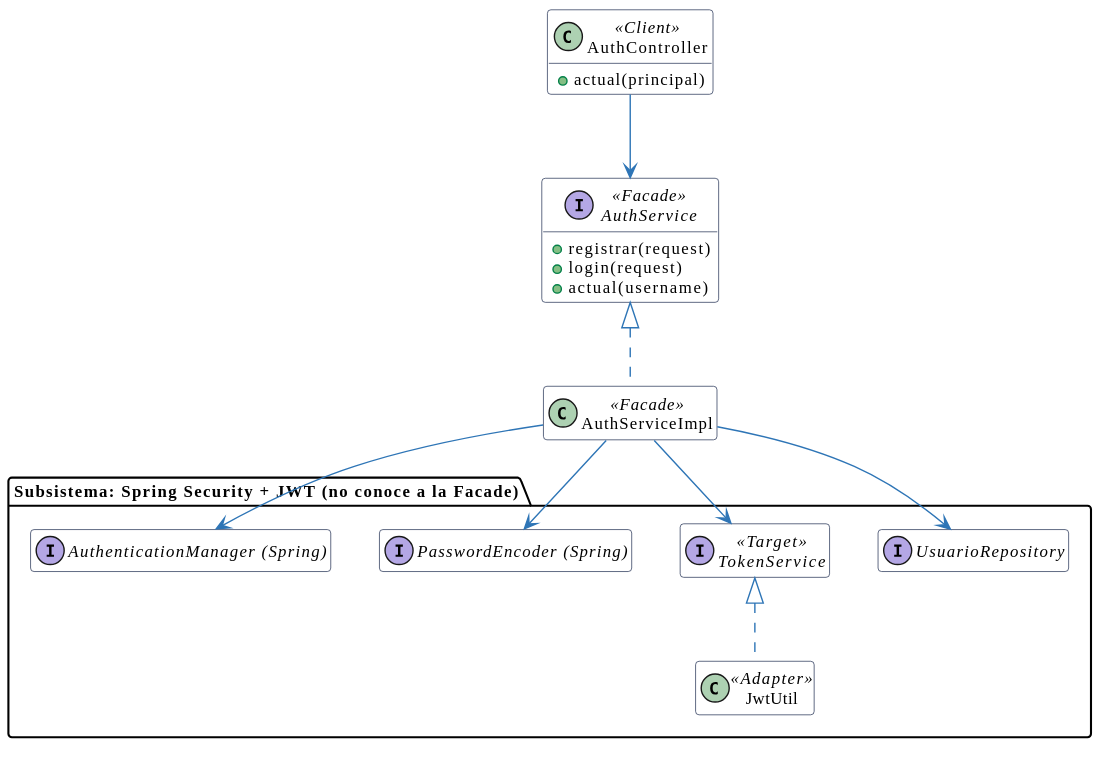
This is docs/reporte/puml/facade-despues.svg from andreiveisuade/TPO-ProcesoDesarrolloSoftware-V4, a PlantUML export, as it was before one commit. Its source is kept beside it as docs/reporte/puml/facade-despues.puml.
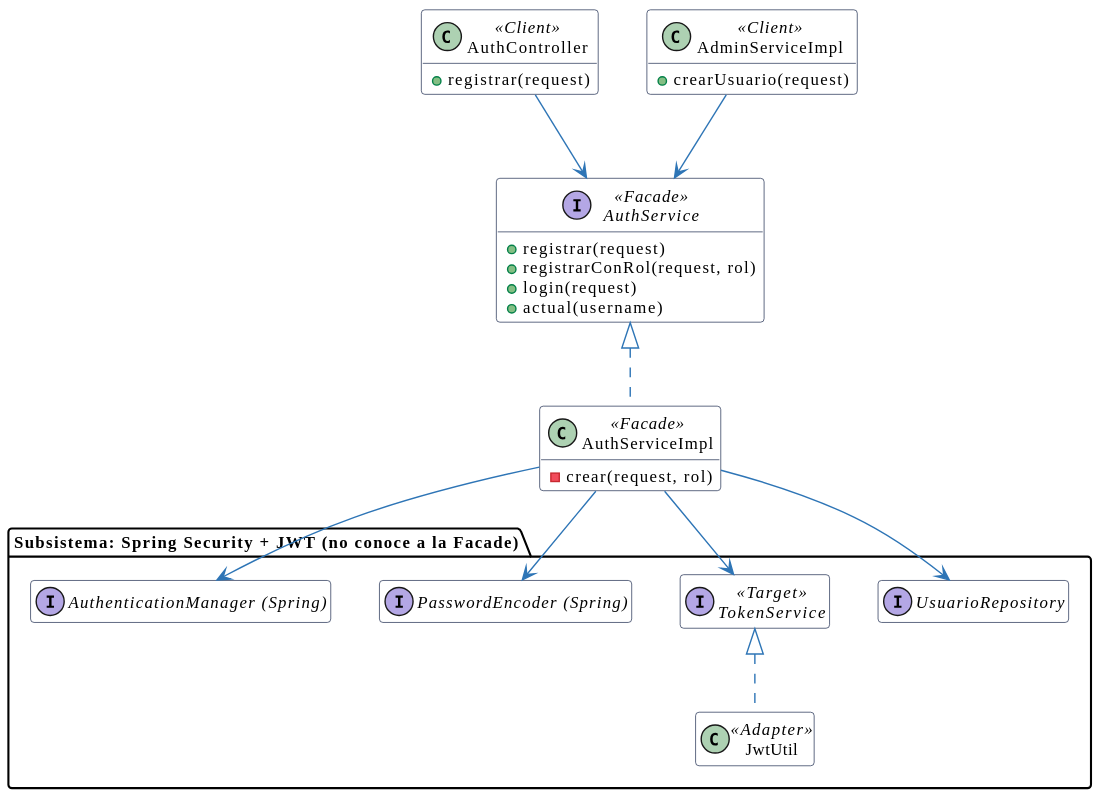
The same file after the commit.

Commit message:
Reporte V4: M13 Facade con dos clientes y M22 baja logica

Change to the diagram source:
```diff
@@ -10,14 +10,20 @@
 skinparam NoteBorderColor #B38600
 hide empty members
 class AuthController <<Client>> {
-  +actual(principal)
+  +registrar(request)
+}
+class AdminServiceImpl <<Client>> {
+  +crearUsuario(request)
 }
 interface AuthService <<Facade>> {
   +registrar(request)
+  +registrarConRol(request, rol)
   +login(request)
   +actual(username)
 }
-class AuthServiceImpl <<Facade>>
+class AuthServiceImpl <<Facade>> {
+  -crear(request, rol)
+}
 package "Subsistema: Spring Security + JWT (no conoce a la Facade)" {
   interface "AuthenticationManager (Spring)" as AM
   interface "PasswordEncoder (Spring)" as PE
@@ -26,6 +32,7 @@
   interface UsuarioRepository
 }
 AuthController --> AuthService
+AdminServiceImpl --> AuthService
 AuthService <|.. AuthServiceImpl
 AuthServiceImpl --> AM
 AuthServiceImpl --> PE
```
